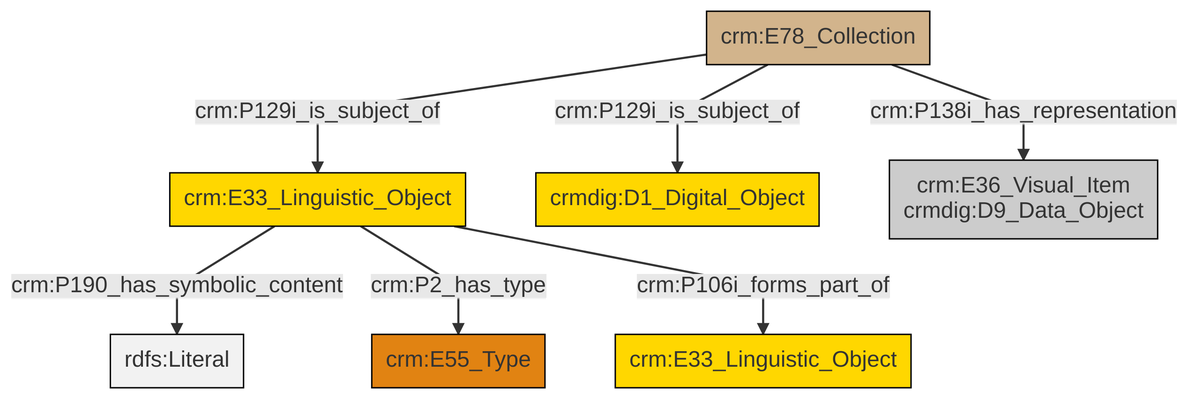
Earlier version of the Mermaid export et/archivalCSV/ttl/mmd/png/archival_docs.png (swiss-art-research-net/docs.swissartresearch). Its source is kept beside it as et/archivalCSV/ttl/mmd/archival_docs.ttl.mmd.
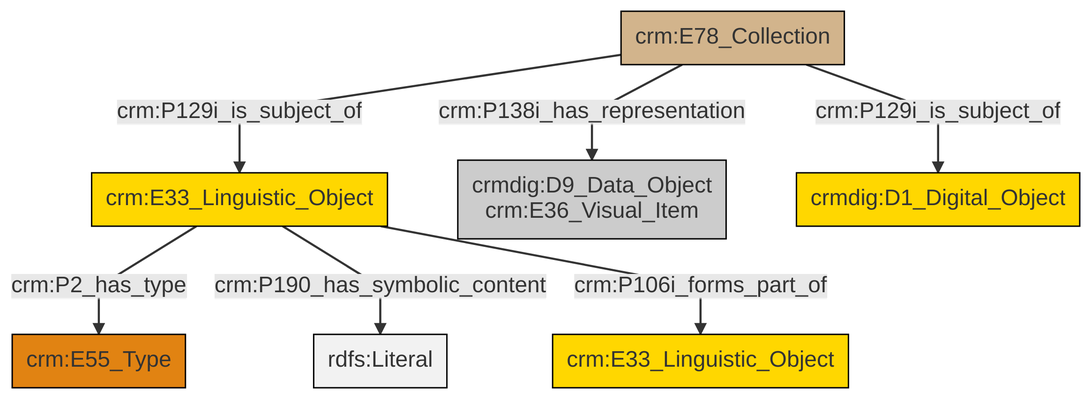
After the commit.

The edit, as a diff of the source:
```diff
@@ -13,9 +13,9 @@
 classDef PC_Classes fill:#4ce600, stroke:#000000;
 classDef Multi fill:#cccccc,stroke:#000000;
 
-0["crm:E78_Collection"]:::Physical_Thing -->|crm:P129i_is_subject_of| 1["crm:E33_Linguistic_Object"]:::Conceptual_Object
-0["crm:E78_Collection"]:::Physical_Thing -->|crm:P129i_is_subject_of| 2["crmdig:D1_Digital_Object"]:::Conceptual_Object
-1["crm:E33_Linguistic_Object"]:::Conceptual_Object -->|crm:P190_has_symbolic_content| 8[rdfs:Literal]:::Literal
-1["crm:E33_Linguistic_Object"]:::Conceptual_Object -->|crm:P2_has_type| 4["crm:E55_Type"]:::Type
-0["crm:E78_Collection"]:::Physical_Thing -->|crm:P138i_has_representation| 9["crm:E36_Visual_Item<br>crmdig:D9_Data_Object"]:::Multi
-1["crm:E33_Linguistic_Object"]:::Conceptual_Object -->|crm:P106i_forms_part_of| 12["crm:E33_Linguistic_Object"]:::Conceptual_Object
+0["crm:E33_Linguistic_Object"]:::Conceptual_Object -->|crm:P2_has_type| 1["crm:E55_Type"]:::Type
+0["crm:E33_Linguistic_Object"]:::Conceptual_Object -->|crm:P190_has_symbolic_content| 2[rdfs:Literal]:::Literal
+0["crm:E33_Linguistic_Object"]:::Conceptual_Object -->|crm:P106i_forms_part_of| 7["crm:E33_Linguistic_Object"]:::Conceptual_Object
+10["crm:E78_Collection"]:::Physical_Thing -->|crm:P129i_is_subject_of| 11["crmdig:D1_Digital_Object"]:::Conceptual_Object
+10["crm:E78_Collection"]:::Physical_Thing -->|crm:P129i_is_subject_of| 0["crm:E33_Linguistic_Object"]:::Conceptual_Object
+10["crm:E78_Collection"]:::Physical_Thing -->|crm:P138i_has_representation| 3["crmdig:D9_Data_Object<br>crm:E36_Visual_Item"]:::Multi
```
